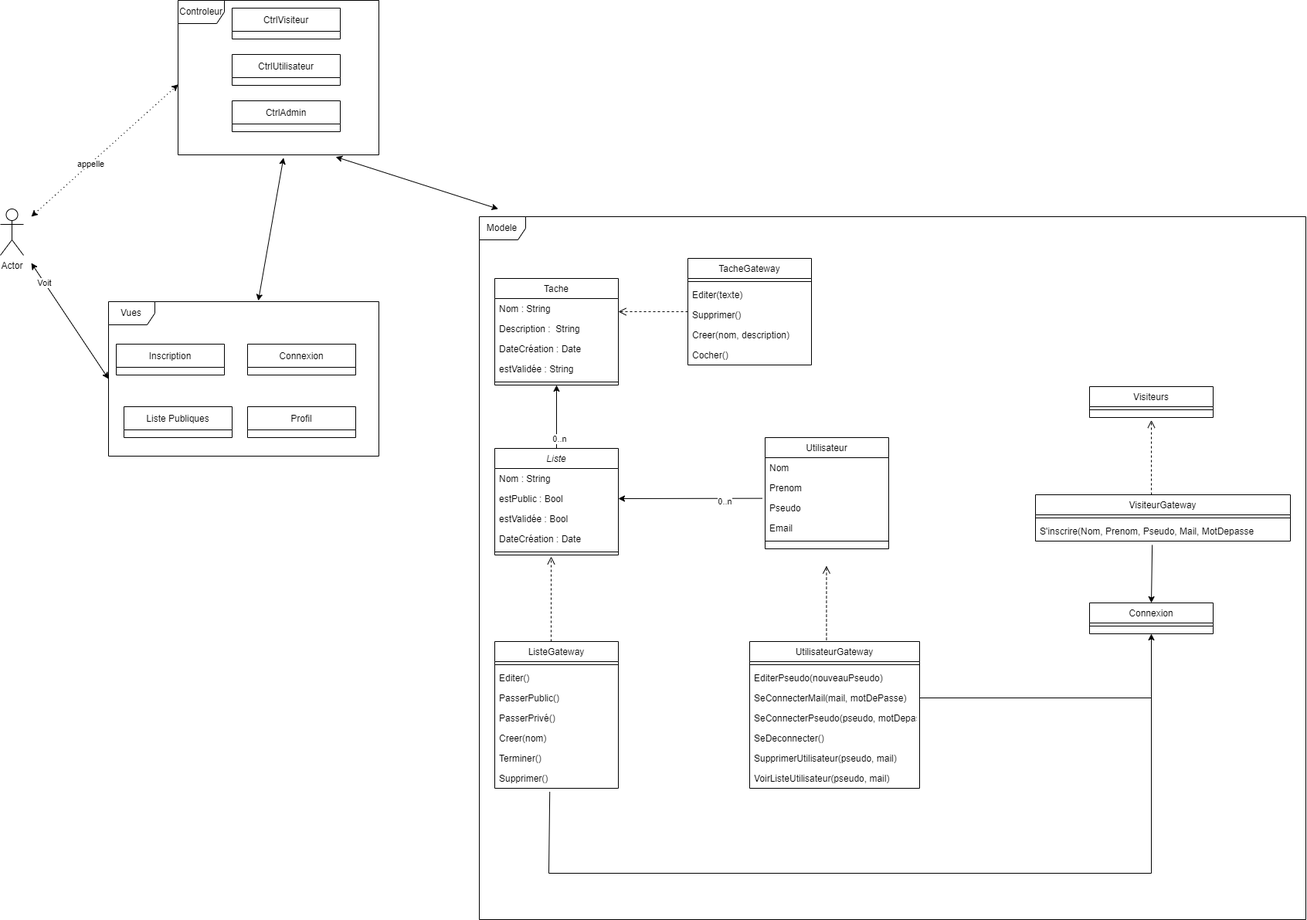
This is doc/Diagrammes/DiagrammeClasse.png from Emree63/Projet_ToDoList_Php, a draw.io export, as it was before one commit. Source tidied: cells renumbered, new cells last; positions are measured from the earlier drawing's top-left corner, leaving out a move shared by most shapes.
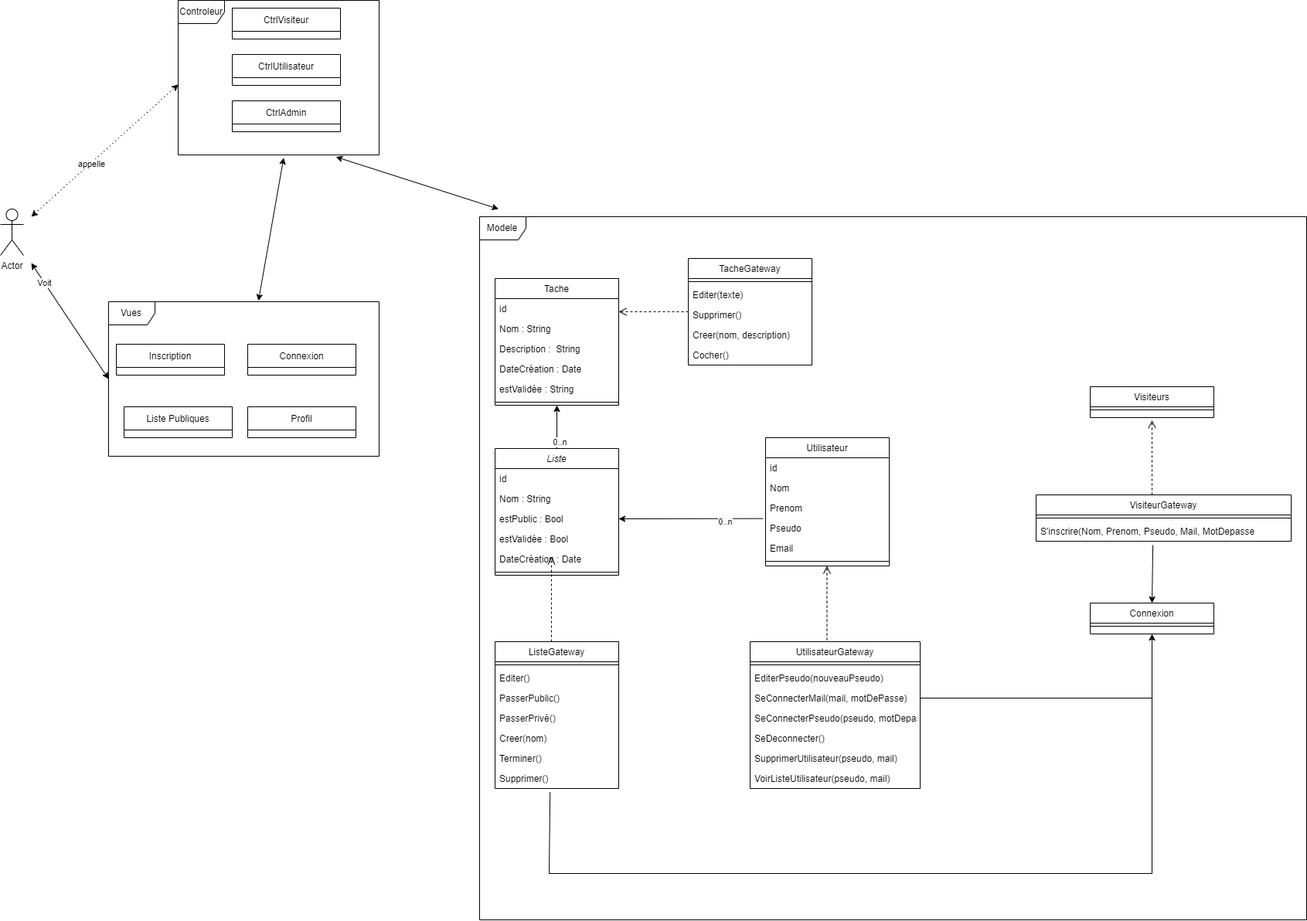
After the commit.

Commit message:
Transférer les fichiers vers 'doc/Diagrammes'

Change to the diagram source:
```diff
@@ -7,62 +7,71 @@
     </mxCell>
-    <mxCell id="3" style="line;html=1;strokeWidth=1;align=left;verticalAlign=middle;spacingTop=-1;spacingLeft=3;spacingRight=3;labelPosition=right;" parent="2" vertex="1">
-      <mxGeometry y="26" width="160" height="8" as="geometry" />
-    </mxCell>
+    <mxCell id="78" style="line;html=1;strokeWidth=1;align=left;verticalAlign=middle;spacingTop=-1;spacingLeft=3;spacingRight=3;labelPosition=right;" parent="2" vertex="1">
+      <mxGeometry y="26" width="160" height="8" as="geometry" />
+    </mxCell>
     <mxCell id="4" value="Liste" style="swimlane;fontStyle=2;align=center;verticalAlign=top;horizontal=1;startSize=26;rounded=0;shadow=0;strokeWidth=1;" parent="1" vertex="1">
-      <mxGeometry x="640" y="580" width="160" height="138" as="geometry" />
+      <mxGeometry x="640" y="580" width="160" height="164" as="geometry" />
     </mxCell>
-    <mxCell id="5" value="Nom : String" style="text;align=left;verticalAlign=top;spacingLeft=4;spacingRight=4;overflow=hidden;" parent="4" vertex="1">
-      <mxGeometry y="26" width="160" height="26" as="geometry" />
-    </mxCell>
+    <mxCell id="79" value="id" style="text;align=left;verticalAlign=top;spacingLeft=4;spacingRight=4;overflow=hidden;rounded=0;shadow=0;html=0;" parent="4" vertex="1">
+      <mxGeometry y="26" width="160" height="26" as="geometry" />
+    </mxCell>
+    <mxCell id="80" value="Nom : String" style="text;align=left;verticalAlign=top;spacingLeft=4;spacingRight=4;overflow=hidden;" parent="4" vertex="1">
+      <mxGeometry y="52" width="160" height="26" as="geometry" />
+    </mxCell>
     <mxCell id="6" value="estPublic : Bool" style="text;align=left;verticalAlign=top;spacingLeft=4;spacingRight=4;overflow=hidden;points=[[0,0.5],[1,0.5]];portConstraint=eastwest;" parent="4" vertex="1">
-      <mxGeometry y="52" width="160" height="26" as="geometry" />
+      <mxGeometry y="78" width="160" height="26" as="geometry" />
     </mxCell>
     <mxCell id="7" value="estValidée : Bool" style="text;align=left;verticalAlign=top;spacingLeft=4;spacingRight=4;overflow=hidden;" parent="4" vertex="1">
-      <mxGeometry y="78" width="160" height="26" as="geometry" />
+      <mxGeometry y="104" width="160" height="26" as="geometry" />
     </mxCell>
-    <mxCell id="8" value="DateCréation : Date" style="text;align=left;verticalAlign=top;spacingLeft=4;spacingRight=4;overflow=hidden;" parent="4" vertex="1">
-      <mxGeometry y="104" width="160" height="26" as="geometry" />
-    </mxCell>
-    <mxCell id="9" style="line;html=1;strokeWidth=1;align=left;verticalAlign=middle;spacingTop=-1;spacingLeft=3;spacingRight=3;labelPosition=right;" parent="4" vertex="1">
-      <mxGeometry y="130" width="160" height="8" as="geometry" />
-    </mxCell>
+    <mxCell id="20" value="DateCréation : Date" style="text;align=left;verticalAlign=top;spacingLeft=4;spacingRight=4;overflow=hidden;" parent="4" vertex="1">
+      <mxGeometry y="130" width="160" height="26" as="geometry" />
+    </mxCell>
+    <mxCell id="81" style="line;html=1;strokeWidth=1;align=left;verticalAlign=middle;spacingTop=-1;spacingLeft=3;spacingRight=3;labelPosition=right;" parent="4" vertex="1">
+      <mxGeometry y="156" width="160" height="8" as="geometry" />
+    </mxCell>
     <mxCell id="10" value="Utilisateur" style="swimlane;fontStyle=0;align=center;verticalAlign=top;horizontal=1;startSize=26;rounded=0;shadow=0;strokeWidth=1;" parent="1" vertex="1">
-      <mxGeometry x="990" y="566" width="160" height="144" as="geometry" />
+      <mxGeometry x="990" y="566" width="160" height="166" as="geometry" />
     </mxCell>
+    <mxCell id="82" value="id" style="text;align=left;verticalAlign=top;spacingLeft=4;spacingRight=4;overflow=hidden;rounded=0;shadow=0;html=0;" parent="10" vertex="1">
+      <mxGeometry y="26" width="160" height="26" as="geometry" />
+    </mxCell>
     <mxCell id="11" value="Nom" style="text;align=left;verticalAlign=top;spacingLeft=4;spacingRight=4;overflow=hidden;" parent="10" vertex="1">
-      <mxGeometry y="26" width="160" height="26" as="geometry" />
+      <mxGeometry y="52" width="160" height="26" as="geometry" />
     </mxCell>
     <mxCell id="12" value="Prenom" style="text;align=left;verticalAlign=top;spacingLeft=4;spacingRight=4;overflow=hidden;rounded=0;shadow=0;html=0;" parent="10" vertex="1">
-      <mxGeometry y="52" width="160" height="26" as="geometry" />
+      <mxGeometry y="78" width="160" height="26" as="geometry" />
     </mxCell>
     <mxCell id="13" value="Pseudo" style="text;align=left;verticalAlign=top;spacingLeft=4;spacingRight=4;overflow=hidden;points=[[0,0.5],[1,0.5]];portConstraint=eastwest;" parent="10" vertex="1">
-      <mxGeometry y="78" width="160" height="26" as="geometry" />
+      <mxGeometry y="104" width="160" height="26" as="geometry" />
     </mxCell>
     <mxCell id="14" value="Email" style="text;align=left;verticalAlign=top;spacingLeft=4;spacingRight=4;overflow=hidden;rounded=0;shadow=0;html=0;" parent="10" vertex="1">
-      <mxGeometry y="104" width="160" height="26" as="geometry" />
+      <mxGeometry y="130" width="160" height="26" as="geometry" />
     </mxCell>
-    <mxCell id="15" style="line;html=1;strokeWidth=1;align=left;verticalAlign=middle;spacingTop=-1;spacingLeft=3;spacingRight=3;labelPosition=right;" parent="10" vertex="1">
-      <mxGeometry y="130" width="160" height="8" as="geometry" />
-    </mxCell>
-    <mxCell id="16" value="&#10;" style="text;align=left;verticalAlign=top;spacingLeft=4;spacingRight=4;overflow=hidden;" parent="10" vertex="1">
-      <mxGeometry y="138" width="160" height="2" as="geometry" />
-    </mxCell>
+    <mxCell id="83" style="line;html=1;strokeWidth=1;align=left;verticalAlign=middle;spacingTop=-1;spacingLeft=3;spacingRight=3;labelPosition=right;" parent="10" vertex="1">
+      <mxGeometry y="156" width="160" height="8" as="geometry" />
+    </mxCell>
+    <mxCell id="84" value="&#10;" style="text;align=left;verticalAlign=top;spacingLeft=4;spacingRight=4;overflow=hidden;" parent="10" vertex="1">
+      <mxGeometry y="164" width="160" height="2" as="geometry" />
+    </mxCell>
     <mxCell id="17" value="Tache" style="swimlane;fontStyle=0;align=center;verticalAlign=top;horizontal=1;startSize=26;rounded=0;shadow=0;strokeWidth=1;" parent="1" vertex="1">
-      <mxGeometry x="640" y="360" width="160" height="138" as="geometry" />
+      <mxGeometry x="640" y="360" width="160" height="164" as="geometry" />
     </mxCell>
-    <mxCell id="18" value="Nom : String" style="text;align=left;verticalAlign=top;spacingLeft=4;spacingRight=4;overflow=hidden;" parent="17" vertex="1">
-      <mxGeometry y="26" width="160" height="26" as="geometry" />
-    </mxCell>
+    <mxCell id="85" value="id" style="text;align=left;verticalAlign=top;spacingLeft=4;spacingRight=4;overflow=hidden;rounded=0;shadow=0;html=0;" parent="17" vertex="1">
+      <mxGeometry y="26" width="160" height="26" as="geometry" />
+    </mxCell>
+    <mxCell id="86" value="Nom : String" style="text;align=left;verticalAlign=top;spacingLeft=4;spacingRight=4;overflow=hidden;" parent="17" vertex="1">
+      <mxGeometry y="52" width="160" height="26" as="geometry" />
+    </mxCell>
     <mxCell id="19" value="Description :  String" style="text;align=left;verticalAlign=top;spacingLeft=4;spacingRight=4;overflow=hidden;" parent="17" vertex="1">
-      <mxGeometry y="52" width="160" height="26" as="geometry" />
+      <mxGeometry y="78" width="160" height="26" as="geometry" />
     </mxCell>
-    <mxCell id="20" value="DateCréation : Date" style="text;align=left;verticalAlign=top;spacingLeft=4;spacingRight=4;overflow=hidden;" parent="17" vertex="1">
-      <mxGeometry y="78" width="160" height="26" as="geometry" />
-    </mxCell>
+    <mxCell id="8" value="DateCréation : Date" style="text;align=left;verticalAlign=top;spacingLeft=4;spacingRight=4;overflow=hidden;" parent="17" vertex="1">
+      <mxGeometry y="104" width="160" height="26" as="geometry" />
+    </mxCell>
     <mxCell id="21" value="estValidée : String" style="text;align=left;verticalAlign=top;spacingLeft=4;spacingRight=4;overflow=hidden;" parent="17" vertex="1">
-      <mxGeometry y="104" width="160" height="26" as="geometry" />
+      <mxGeometry y="130" width="160" height="26" as="geometry" />
     </mxCell>
-    <mxCell id="22" style="line;html=1;strokeWidth=1;align=left;verticalAlign=middle;spacingTop=-1;spacingLeft=3;spacingRight=3;labelPosition=right;" parent="17" vertex="1">
-      <mxGeometry y="130" width="160" height="8" as="geometry" />
-    </mxCell>
+    <mxCell id="87" style="line;html=1;strokeWidth=1;align=left;verticalAlign=middle;spacingTop=-1;spacingLeft=3;spacingRight=3;labelPosition=right;" parent="17" vertex="1">
+      <mxGeometry y="156" width="160" height="8" as="geometry" />
+    </mxCell>
     <mxCell id="23" style="endArrow=classic;html=1;rounded=0;exitX=0.5;exitY=0;exitDx=0;exitDy=0;entryX=0.5;entryY=1;entryDx=0;entryDy=0;" parent="1" edge="1" source="4" target="17">
@@ -70,5 +79,5 @@
     </mxCell>
-    <mxCell id="24" value="0..n" style="edgeLabel;html=1;align=center;verticalAlign=middle;" parent="23" vertex="1">
-      <mxGeometry x="-0.69" y="-3" relative="1" as="geometry" />
-    </mxCell>
+    <mxCell id="88" value="0..n" style="edgeLabel;html=1;align=center;verticalAlign=middle;" parent="23" vertex="1">
+      <mxGeometry x="-0.69" y="-3" relative="1" as="geometry" />
+    </mxCell>
     <mxCell id="25" style="endArrow=classic;html=1;rounded=0;entryX=1;entryY=0.5;entryDx=0;entryDy=0;exitX=-0.022;exitY=0.025;exitDx=0;exitDy=0;exitPerimeter=0;" parent="1" edge="1" source="13" target="6">
@@ -76,5 +85,5 @@
     </mxCell>
-    <mxCell id="26" value="0..n" style="edgeLabel;html=1;align=center;verticalAlign=middle;" parent="25" vertex="1">
-      <mxGeometry x="-0.47" y="3" relative="1" as="geometry" />
-    </mxCell>
+    <mxCell id="89" value="0..n" style="edgeLabel;html=1;align=center;verticalAlign=middle;" parent="25" vertex="1">
+      <mxGeometry x="-0.47" y="3" relative="1" as="geometry" />
+    </mxCell>
     <mxCell id="27" value="TacheGateway" style="swimlane;fontStyle=0;align=center;verticalAlign=top;horizontal=1;startSize=26;rounded=0;shadow=0;strokeWidth=1;" parent="1" vertex="1">
@@ -82,5 +91,5 @@
     </mxCell>
-    <mxCell id="28" style="line;html=1;strokeWidth=1;align=left;verticalAlign=middle;spacingTop=-1;spacingLeft=3;spacingRight=3;labelPosition=right;" parent="27" vertex="1">
-      <mxGeometry y="26" width="160" height="8" as="geometry" />
-    </mxCell>
+    <mxCell id="90" style="line;html=1;strokeWidth=1;align=left;verticalAlign=middle;spacingTop=-1;spacingLeft=3;spacingRight=3;labelPosition=right;" parent="27" vertex="1">
+      <mxGeometry y="26" width="160" height="8" as="geometry" />
+    </mxCell>
     <mxCell id="29" value="Editer(texte)" style="text;align=left;verticalAlign=top;spacingLeft=4;spacingRight=4;overflow=hidden;" parent="27" vertex="1">
@@ -97,7 +106,7 @@
     </mxCell>
-    <mxCell id="33" style="html=1;verticalAlign=bottom;endArrow=open;dashed=1;endSize=8;rounded=0;exitX=0;exitY=0.5;exitDx=0;exitDy=0;" parent="1" edge="1" source="27">
-      <mxGeometry relative="1" as="geometry">
-        <mxPoint x="800" y="403" as="targetPoint" />
-      </mxGeometry>
-    </mxCell>
+    <mxCell id="91" style="html=1;verticalAlign=bottom;endArrow=open;dashed=1;endSize=8;rounded=0;exitX=0;exitY=0.5;exitDx=0;exitDy=0;" parent="1" edge="1" source="27">
+      <mxGeometry relative="1" as="geometry">
+        <mxPoint x="800" y="403" as="targetPoint" />
+      </mxGeometry>
+    </mxCell>
     <mxCell id="34" value="ListeGateway" style="swimlane;fontStyle=0;align=center;verticalAlign=top;horizontal=1;startSize=26;rounded=0;shadow=0;strokeWidth=1;" parent="1" vertex="1">
@@ -105,5 +114,5 @@
     </mxCell>
-    <mxCell id="35" style="line;html=1;strokeWidth=1;align=left;verticalAlign=middle;spacingTop=-1;spacingLeft=3;spacingRight=3;labelPosition=right;" parent="34" vertex="1">
-      <mxGeometry y="26" width="160" height="8" as="geometry" />
-    </mxCell>
+    <mxCell id="92" style="line;html=1;strokeWidth=1;align=left;verticalAlign=middle;spacingTop=-1;spacingLeft=3;spacingRight=3;labelPosition=right;" parent="34" vertex="1">
+      <mxGeometry y="26" width="160" height="8" as="geometry" />
+    </mxCell>
     <mxCell id="36" value="Editer()" style="text;align=left;verticalAlign=top;spacingLeft=4;spacingRight=4;overflow=hidden;" parent="34" vertex="1">
@@ -126,7 +135,7 @@
     </mxCell>
-    <mxCell id="42" style="html=1;verticalAlign=bottom;endArrow=open;dashed=1;endSize=8;rounded=0;exitX=0.456;exitY=0;exitDx=0;exitDy=0;exitPerimeter=0;" parent="1" edge="1" source="34">
-      <mxGeometry relative="1" as="geometry">
-        <mxPoint x="713" y="720" as="targetPoint" />
-      </mxGeometry>
-    </mxCell>
+    <mxCell id="93" style="html=1;verticalAlign=bottom;endArrow=open;dashed=1;endSize=8;rounded=0;exitX=0.456;exitY=0;exitDx=0;exitDy=0;exitPerimeter=0;" parent="1" edge="1" source="34">
+      <mxGeometry relative="1" as="geometry">
+        <mxPoint x="713" y="720" as="targetPoint" />
+      </mxGeometry>
+    </mxCell>
     <mxCell id="43" value="UtilisateurGateway" style="swimlane;fontStyle=0;align=center;verticalAlign=top;horizontal=1;startSize=26;rounded=0;shadow=0;strokeWidth=1;" parent="1" vertex="1">
@@ -155,7 +164,7 @@
     </mxCell>
-    <mxCell id="51" style="html=1;verticalAlign=bottom;endArrow=open;dashed=1;endSize=8;rounded=0;exitX=0.452;exitY=-0.01;exitDx=0;exitDy=0;exitPerimeter=0;" parent="1" edge="1" source="43">
-      <mxGeometry relative="1" as="geometry">
-        <mxPoint x="1069.5" y="732" as="targetPoint" />
-      </mxGeometry>
-    </mxCell>
+    <mxCell id="94" style="html=1;verticalAlign=bottom;endArrow=open;dashed=1;endSize=8;rounded=0;exitX=0.452;exitY=-0.01;exitDx=0;exitDy=0;exitPerimeter=0;" parent="1" edge="1" source="43">
+      <mxGeometry relative="1" as="geometry">
+        <mxPoint x="1069.5" y="732" as="targetPoint" />
+      </mxGeometry>
+    </mxCell>
     <mxCell id="52" value="VisiteurGateway" style="swimlane;fontStyle=0;align=center;verticalAlign=top;horizontal=1;startSize=26;rounded=0;shadow=0;strokeWidth=1;" parent="1" vertex="1">
@@ -169,8 +178,8 @@
     </mxCell>
-    <mxCell id="55" style="html=1;verticalAlign=bottom;endArrow=open;dashed=1;endSize=8;rounded=0;exitX=0.452;exitY=-0.01;exitDx=0;exitDy=0;exitPerimeter=0;" parent="1" edge="1">
-      <mxGeometry relative="1" as="geometry">
-        <mxPoint x="1490" y="640" as="sourcePoint" />
-        <mxPoint x="1490" y="543.4" as="targetPoint" />
-      </mxGeometry>
-    </mxCell>
+    <mxCell id="95" style="html=1;verticalAlign=bottom;endArrow=open;dashed=1;endSize=8;rounded=0;exitX=0.452;exitY=-0.01;exitDx=0;exitDy=0;exitPerimeter=0;" parent="1" edge="1">
+      <mxGeometry relative="1" as="geometry">
+        <mxPoint x="1490" y="640" as="sourcePoint" />
+        <mxPoint x="1490" y="543.4" as="targetPoint" />
+      </mxGeometry>
+    </mxCell>
     <mxCell id="56" value="Connexion" style="swimlane;fontStyle=0;align=center;verticalAlign=top;horizontal=1;startSize=26;rounded=0;shadow=0;strokeWidth=1;" parent="1" vertex="1">
@@ -178,5 +187,5 @@
     </mxCell>
-    <mxCell id="57" style="line;html=1;strokeWidth=1;align=left;verticalAlign=middle;spacingTop=-1;spacingLeft=3;spacingRight=3;labelPosition=right;" parent="56" vertex="1">
-      <mxGeometry y="26" width="160" height="8" as="geometry" />
-    </mxCell>
+    <mxCell id="96" style="line;html=1;strokeWidth=1;align=left;verticalAlign=middle;spacingTop=-1;spacingLeft=3;spacingRight=3;labelPosition=right;" parent="56" vertex="1">
+      <mxGeometry y="26" width="160" height="8" as="geometry" />
+    </mxCell>
     <mxCell id="58" style="endArrow=classic;html=1;rounded=0;exitX=0.445;exitY=1.179;exitDx=0;exitDy=0;exitPerimeter=0;entryX=0.5;entryY=1;entryDx=0;entryDy=0;" parent="1" edge="1" source="41" target="56">
@@ -189,7 +198,7 @@
     </mxCell>
-    <mxCell id="59" style="endArrow=none;html=1;rounded=0;exitX=1;exitY=0.5;exitDx=0;exitDy=0;" parent="1" edge="1" source="46">
-      <mxGeometry relative="1" as="geometry">
-        <mxPoint x="1490" y="903" as="targetPoint" />
-      </mxGeometry>
-    </mxCell>
+    <mxCell id="97" style="endArrow=none;html=1;rounded=0;exitX=1;exitY=0.5;exitDx=0;exitDy=0;" parent="1" edge="1" source="46">
+      <mxGeometry relative="1" as="geometry">
+        <mxPoint x="1490" y="903" as="targetPoint" />
+      </mxGeometry>
+    </mxCell>
     <mxCell id="60" style="endArrow=classic;html=1;rounded=0;exitX=0.458;exitY=1.192;exitDx=0;exitDy=0;exitPerimeter=0;entryX=0.5;entryY=0;entryDx=0;entryDy=0;" parent="1" edge="1" source="54" target="56">
@@ -209,7 +218,7 @@
     </mxCell>
-    <mxCell id="65" style="endArrow=classic;startArrow=classic;html=1;rounded=0;entryX=0.785;entryY=1.013;entryDx=0;entryDy=0;entryPerimeter=0;exitX=0.063;exitY=0;exitDx=0;exitDy=0;exitPerimeter=0;" parent="1" edge="1" target="61">
-      <mxGeometry relative="1" as="geometry">
-        <mxPoint x="644.5" y="270" as="sourcePoint" />
-      </mxGeometry>
-    </mxCell>
+    <mxCell id="98" style="endArrow=classic;startArrow=classic;html=1;rounded=0;entryX=0.785;entryY=1.013;entryDx=0;entryDy=0;entryPerimeter=0;exitX=0.063;exitY=0;exitDx=0;exitDy=0;exitPerimeter=0;" parent="1" edge="1" target="61">
+      <mxGeometry relative="1" as="geometry">
+        <mxPoint x="644.5" y="270" as="sourcePoint" />
+      </mxGeometry>
+    </mxCell>
     <mxCell id="66" value="Vues" style="shape=umlFrame;whiteSpace=wrap;html=1;" parent="1" vertex="1">
@@ -232,8 +241,8 @@
     </mxCell>
-    <mxCell id="72" style="endArrow=classic;startArrow=classic;html=1;rounded=0;entryX=0.001;entryY=0.544;entryDx=0;entryDy=0;entryPerimeter=0;dashed=1;dashPattern=1 4;" parent="1" edge="1" target="61">
-      <mxGeometry relative="1" as="geometry">
-        <mxPoint x="40" y="280" as="sourcePoint" />
-      </mxGeometry>
-    </mxCell>
+    <mxCell id="99" style="endArrow=classic;startArrow=classic;html=1;rounded=0;entryX=0.001;entryY=0.544;entryDx=0;entryDy=0;entryPerimeter=0;dashed=1;dashPattern=1 4;" parent="1" edge="1" target="61">
+      <mxGeometry relative="1" as="geometry">
+        <mxPoint x="40" y="280" as="sourcePoint" />
+      </mxGeometry>
+    </mxCell>
-    <mxCell id="73" value="appelle" style="edgeLabel;html=1;align=center;verticalAlign=middle;" parent="72" vertex="1">
+    <mxCell id="73" value="appelle" style="edgeLabel;html=1;align=center;verticalAlign=middle;" parent="99" vertex="1">
       <mxGeometry x="-0.2" relative="1" as="geometry" />
@@ -243,8 +252,8 @@
     </mxCell>
-    <mxCell id="75" style="endArrow=classic;startArrow=classic;html=1;rounded=0;exitX=0;exitY=0.5;exitDx=0;exitDy=0;exitPerimeter=0;" parent="1" edge="1" source="66">
-      <mxGeometry relative="1" as="geometry">
-        <mxPoint x="40" y="340" as="targetPoint" />
-      </mxGeometry>
-    </mxCell>
+    <mxCell id="100" style="endArrow=classic;startArrow=classic;html=1;rounded=0;exitX=0;exitY=0.5;exitDx=0;exitDy=0;exitPerimeter=0;" parent="1" edge="1" source="66">
+      <mxGeometry relative="1" as="geometry">
+        <mxPoint x="40" y="340" as="targetPoint" />
+      </mxGeometry>
+    </mxCell>
-    <mxCell id="76" value="Voit" style="edgeLabel;html=1;align=center;verticalAlign=middle;" parent="75" vertex="1">
+    <mxCell id="76" value="Voit" style="edgeLabel;html=1;align=center;verticalAlign=middle;" parent="100" vertex="1">
       <mxGeometry x="0.66" y="1" relative="1" as="geometry">
```
